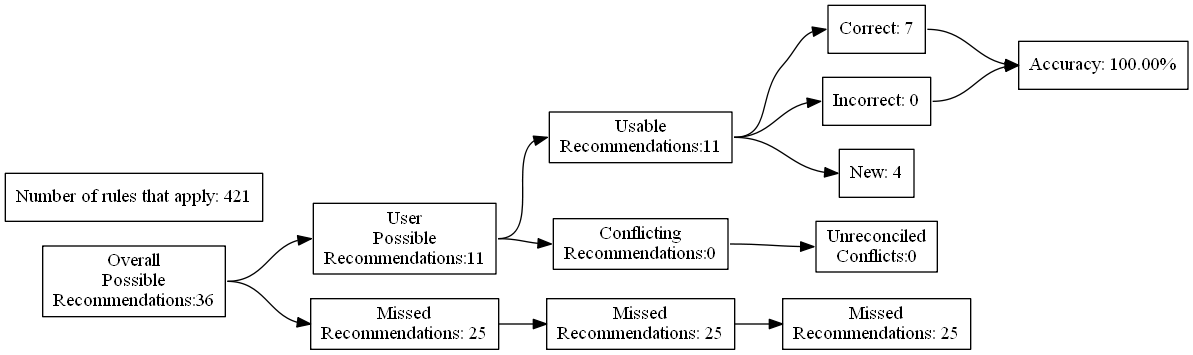
The Graphviz diagram test_renders/111.gv.png in ZaxR/ibd_diet_analysis, before a commit. Its source is kept beside it as test_renders/111.gv.
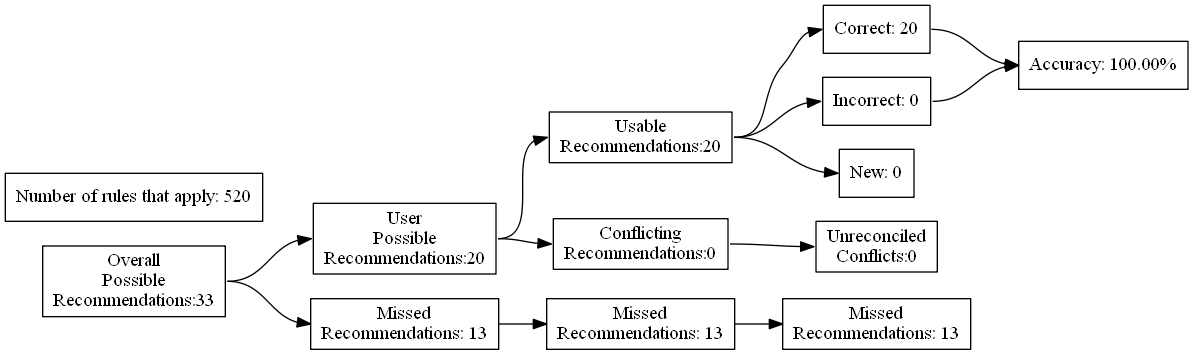
After the change.

What changed in the source:
```diff
@@ -4,27 +4,27 @@
 	edge [headport=w tailport=e]
 		A [label="Overall
 Possible
-Recommendations:36"]
+Recommendations:33"]
 		B [label="User
 Possible
-Recommendations:11"]
+Recommendations:20"]
 		C [label="Missed
-Recommendations: 25"]
+Recommendations: 13"]
 		D [label="Usable
-Recommendations:11"]
+Recommendations:20"]
 		E [label="Conflicting
 Recommendations:0"]
 		J [label="Missed
-Recommendations: 25"]
+Recommendations: 13"]
 		M [label="Unreconciled
 Conflicts:0"]
-		F [label="Correct: 7"]
+		F [label="Correct: 20"]
 		G [label="Incorrect: 0"]
-		H [label="New: 4"]
+		H [label="New: 0"]
 		K [label="Missed
-Recommendations: 25"]
+Recommendations: 13"]
 		I [label="Accuracy: 100.00%"]
-		l [label="Number of rules that apply: 421"]
+		l [label="Number of rules that apply: 520"]
 			A -> B
 			A -> C
 			B -> D
```
